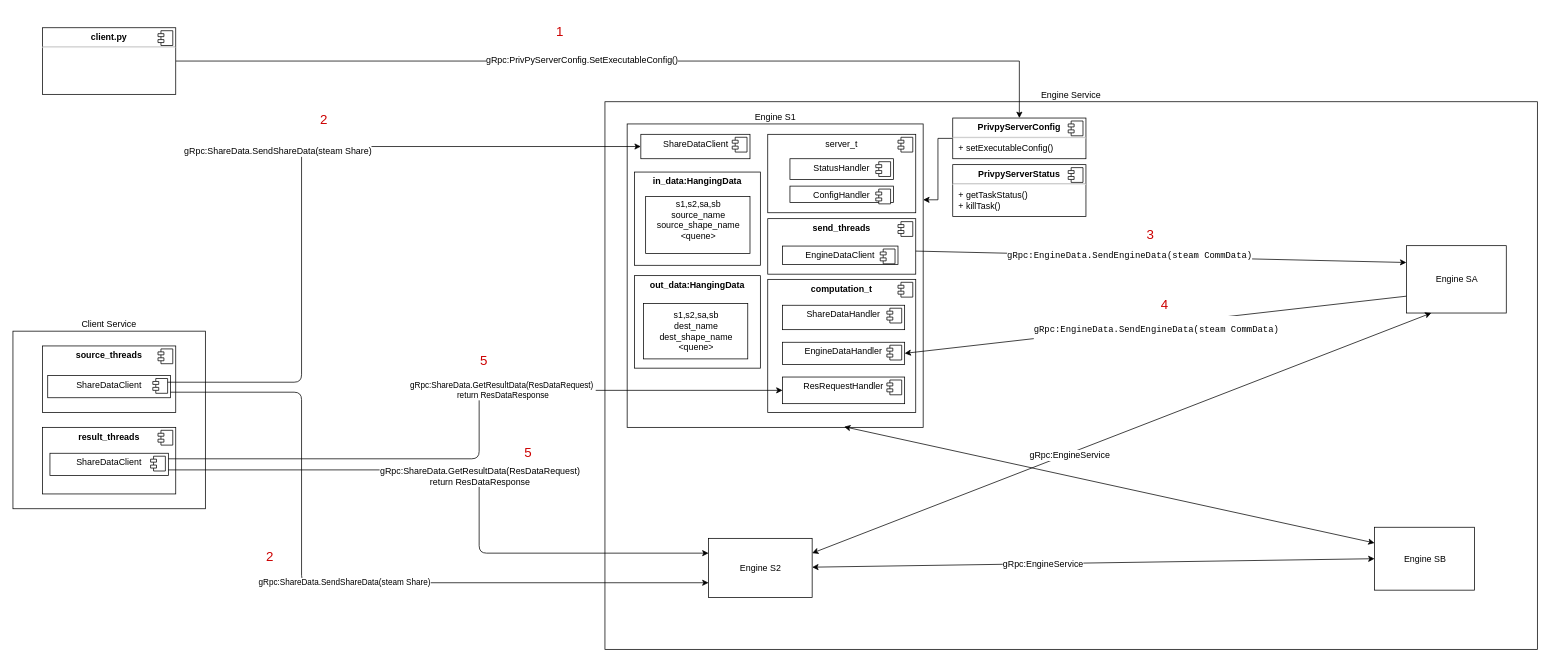
This is privpy_es.drawio from yankaili2006/wiki, a draw.io file, before an edit. Source tidied: cells renumbered, new cells numbered last; positions are measured from the earlier drawing's top-left corner, leaving out a move shared by most shapes. Both pictures are drawn from the tidied source at 74%, with x=0, y=0 at pixel (13, 13).
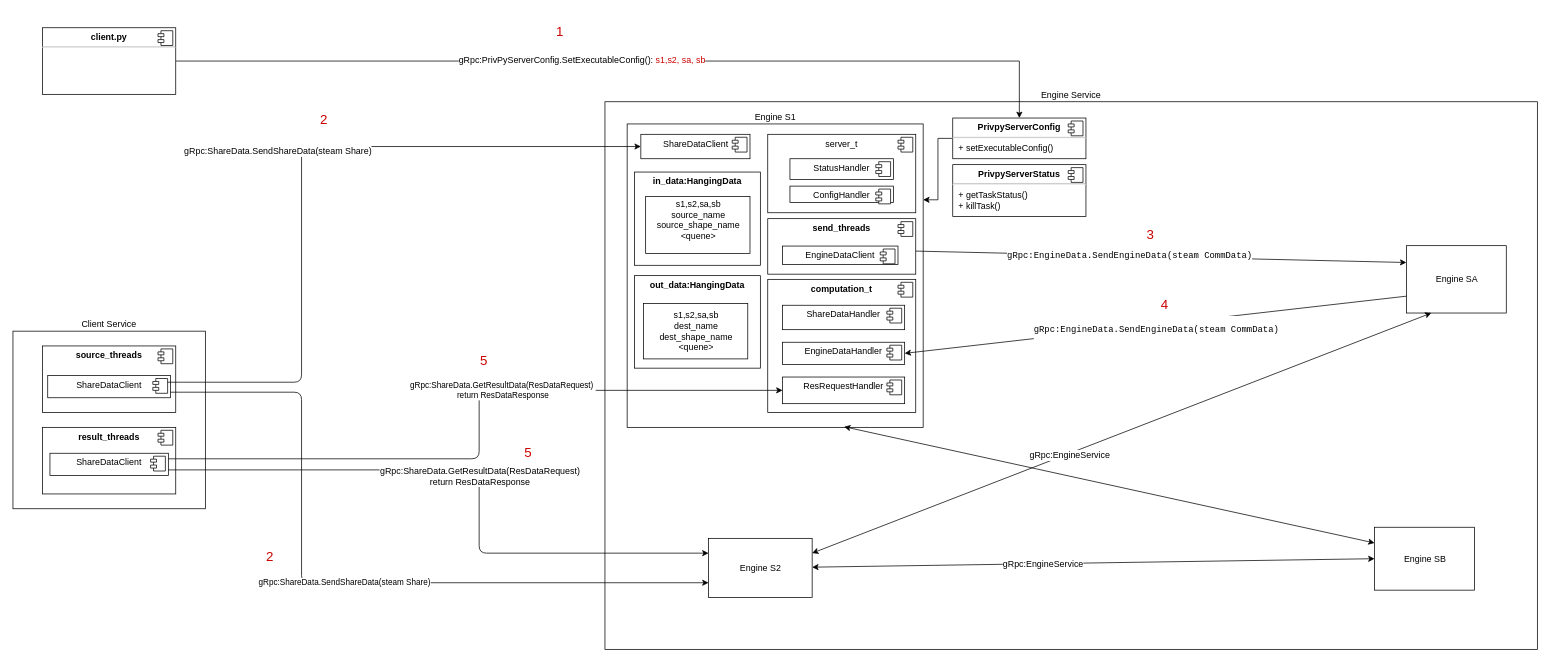
The same diagram, later.

Unchanged cells that the change refers to:
```xml
<mxCell id="65" style="edgeStyle=orthogonalEdgeStyle;rounded=0;jettySize=auto;html=1;fontSize=12;fontColor=#000000;" parent="1" edge="1" source="67" target="42">
  <mxGeometry relative="1" as="geometry" />
</mxCell>
```

Diff of the diagram source:
```diff
@@
-    <mxCell id="66" value="gRpc:PrivPyServerConfig.SetExecutableConfig()" style="text;html=1;align=center;verticalAlign=middle;labelBackgroundColor=#ffffff;fontSize=12;fontColor=#000000;" parent="65" vertex="1">
+    <mxCell id="66" value="gRpc:PrivPyServerConfig.SetExecutableConfig():&lt;font color=&quot;#cc0000&quot;&gt; s1,s2, sa, sb&lt;/font&gt;&lt;br&gt;" style="text;html=1;align=center;verticalAlign=middle;labelBackgroundColor=#ffffff;fontSize=12;fontColor=#000000;" parent="65" vertex="1">
       <mxGeometry x="-0.1" y="2" relative="1" as="geometry" />
     </mxCell>
```
